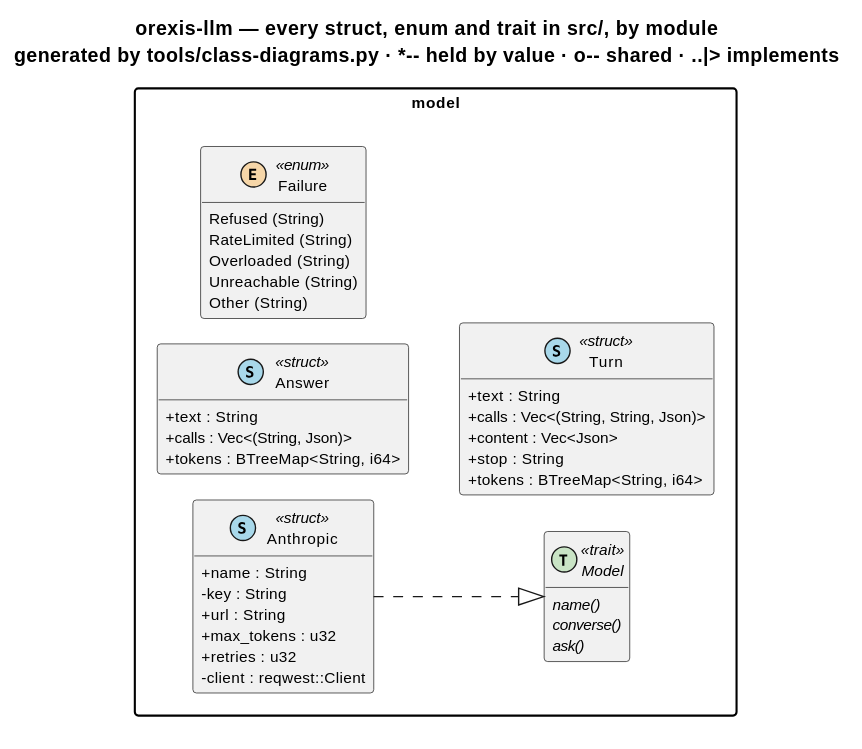
Earlier version of the PlantUML export knowledge/diagrams/package-orexis-llm.svg (ShishkinDmitriy/orexis).
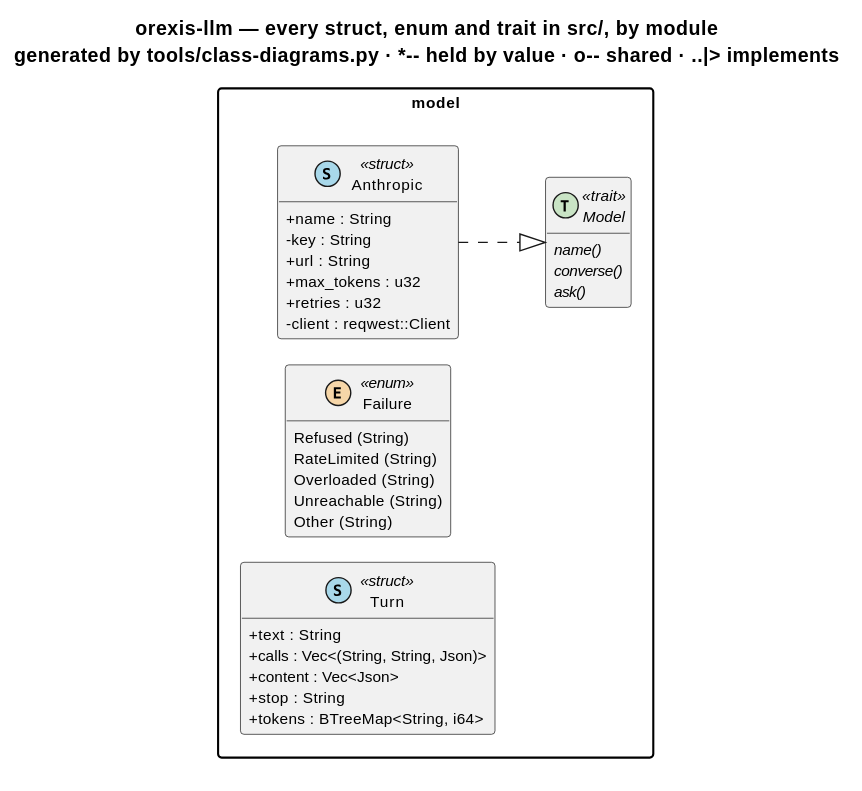
Above is the later version.

What changed in the source:
```diff
@@ -9,11 +9,6 @@
 left to right direction
 
 package "model" {
-  class "Answer" as orexis_llm__model__Answer << (S,#A8D8EA) struct >> {
-    {field} +text : String
-    {field} +calls : Vec<(String, Json)>
-    {field} +tokens : BTreeMap<String, i64>
-  }
   class "Anthropic" as orexis_llm__model__Anthropic << (S,#A8D8EA) struct >> {
     {field} +name : String
     {field} -key : String
```
